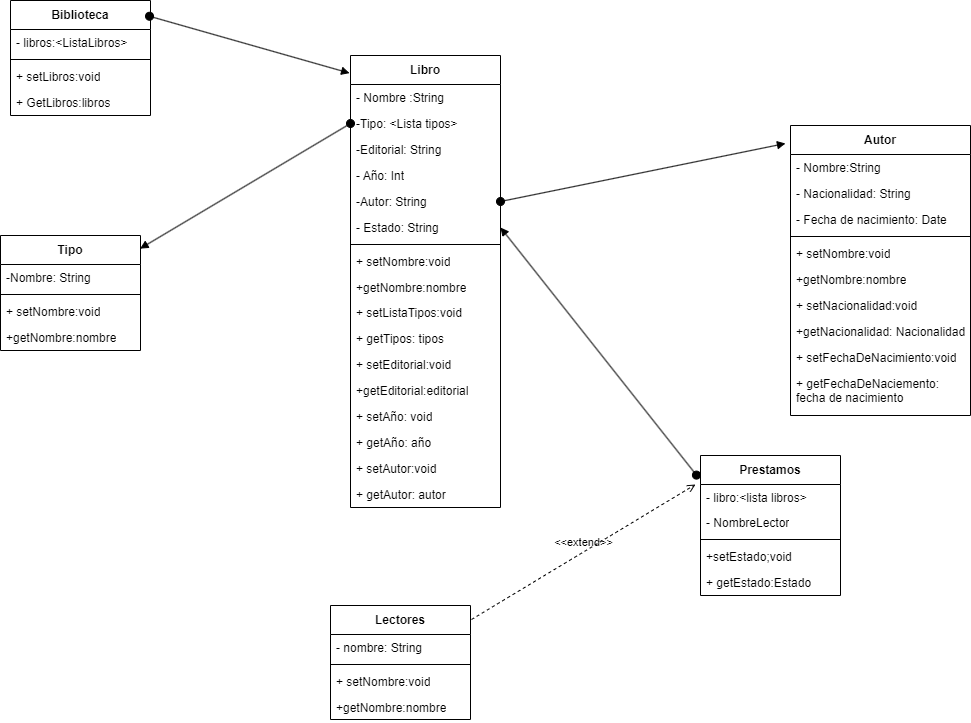
Earlier version of the draw.io export Diagrama de clases/biblioteca.drawio.png (adogonz23/ETS). Source tidied: cells renumbered, new cells last; positions are measured from the earlier drawing's top-left corner, leaving out a move shared by most shapes.
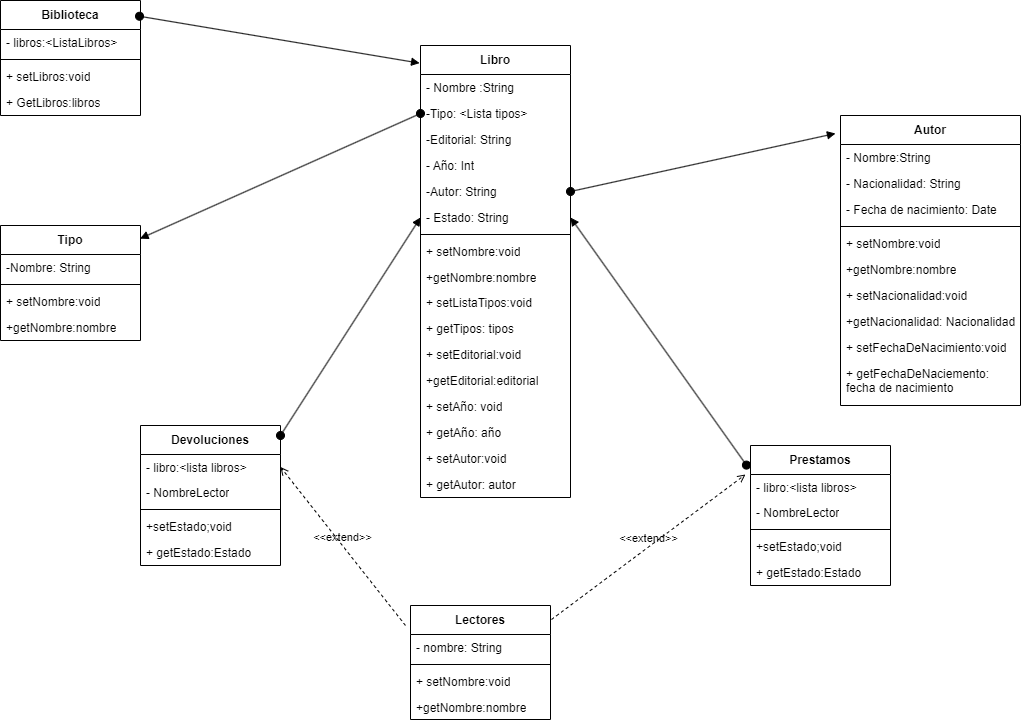
Above is the later version.

The edit, as a diff of the source:
```diff
@@ -3,7 +3,7 @@
     <mxCell id="0" />
     <mxCell id="1" parent="0" />
     <mxCell id="2" value="Libro" style="swimlane;fontStyle=1;align=center;verticalAlign=middle;horizontal=1;startSize=29;html=1;whiteSpace=wrap;" parent="1" vertex="1">
-      <mxGeometry x="350" y="55" width="150" height="452" as="geometry" />
+      <mxGeometry x="370" y="55" width="150" height="452" as="geometry" />
     </mxCell>
     <mxCell id="3" value="- Nombre :String" style="text;strokeColor=none;fillColor=none;align=left;verticalAlign=top;spacingLeft=4;spacingRight=4;overflow=hidden;whiteSpace=wrap;html=1;" parent="2" vertex="1">
       <mxGeometry y="29" width="150" height="26" as="geometry" />
@@ -57,7 +57,7 @@
       <mxGeometry y="426" width="150" height="26" as="geometry" />
     </mxCell>
     <mxCell id="20" value="Tipo" style="swimlane;fontStyle=1;align=center;verticalAlign=middle;horizontal=1;startSize=29;html=1;whiteSpace=wrap;" parent="1" vertex="1">
-      <mxGeometry y="235" width="140" height="115" as="geometry" />
+      <mxGeometry x="-50" y="235" width="140" height="115" as="geometry" />
     </mxCell>
     <mxCell id="21" value="-Nombre: String" style="text;strokeColor=none;fillColor=none;align=left;verticalAlign=top;spacingLeft=4;spacingRight=4;overflow=hidden;whiteSpace=wrap;html=1;" parent="20" vertex="1">
       <mxGeometry y="29" width="140" height="26" as="geometry" />
@@ -105,7 +105,7 @@
       <mxGeometry y="245" width="180" height="45" as="geometry" />
     </mxCell>
     <mxCell id="36" value="Lectores" style="swimlane;fontStyle=1;align=center;verticalAlign=middle;horizontal=1;startSize=29;html=1;whiteSpace=wrap;" parent="1" vertex="1">
-      <mxGeometry x="330" y="605" width="140" height="114" as="geometry" />
+      <mxGeometry x="360" y="615" width="140" height="114" as="geometry" />
     </mxCell>
     <mxCell id="37" value="- nombre: String" style="text;strokeColor=none;fillColor=none;align=left;verticalAlign=top;spacingLeft=4;spacingRight=4;overflow=hidden;whiteSpace=wrap;html=1;" parent="36" vertex="1">
       <mxGeometry y="29" width="140" height="26" as="geometry" />
@@ -120,7 +120,7 @@
       <mxGeometry y="89" width="140" height="25" as="geometry" />
     </mxCell>
     <mxCell id="41" value="Biblioteca" style="swimlane;fontStyle=1;align=center;verticalAlign=middle;horizontal=1;startSize=29;html=1;whiteSpace=wrap;" parent="1" vertex="1">
-      <mxGeometry x="10" width="140" height="115" as="geometry" />
+      <mxGeometry x="-50" y="10" width="140" height="115" as="geometry" />
     </mxCell>
     <mxCell id="42" value="- libros:&amp;lt;ListaLibros&amp;gt;" style="text;strokeColor=none;fillColor=none;align=left;verticalAlign=top;spacingLeft=4;spacingRight=4;overflow=hidden;whiteSpace=wrap;html=1;" parent="41" vertex="1">
       <mxGeometry y="29" width="140" height="26" as="geometry" />
@@ -167,5 +167,31 @@
     <mxCell id="56" value="&amp;lt;&amp;lt;extend&amp;gt;&amp;gt;" style="html=1;verticalAlign=bottom;labelBackgroundColor=none;endArrow=open;endFill=0;dashed=1;rounded=0;exitX=1.007;exitY=0.123;exitDx=0;exitDy=0;exitPerimeter=0;entryX=-0.036;entryY=0;entryDx=0;entryDy=0;entryPerimeter=0;" parent="1" edge="1" source="36" target="47">
       <mxGeometry relative="1" as="geometry" />
     </mxCell>
+    <mxCell id="57" value="Devoluciones" style="swimlane;fontStyle=1;align=center;verticalAlign=middle;horizontal=1;startSize=29;html=1;whiteSpace=wrap;" parent="1" vertex="1">
+      <mxGeometry x="90" y="435" width="140" height="140" as="geometry" />
+    </mxCell>
+    <mxCell id="58" value="- libro:&amp;lt;lista libros&amp;gt;" style="text;strokeColor=none;fillColor=none;align=left;verticalAlign=top;spacingLeft=4;spacingRight=4;overflow=hidden;points=[[0,0.5],[1,0.5]];portConstraint=eastwest;whiteSpace=wrap;html=1;" parent="57" vertex="1">
+      <mxGeometry y="29" width="140" height="25" as="geometry" />
+    </mxCell>
+    <mxCell id="59" value="- NombreLector" style="text;strokeColor=none;fillColor=none;align=left;verticalAlign=top;spacingLeft=4;spacingRight=4;overflow=hidden;whiteSpace=wrap;html=1;" parent="57" vertex="1">
+      <mxGeometry y="54" width="140" height="26" as="geometry" />
+    </mxCell>
+    <mxCell id="60" style="line;strokeWidth=1;fillColor=none;align=left;verticalAlign=middle;spacingTop=-1;spacingLeft=3;spacingRight=3;labelPosition=right;strokeColor=inherit;" parent="57" vertex="1">
+      <mxGeometry y="80" width="140" height="8" as="geometry" />
+    </mxCell>
+    <mxCell id="61" value="+setEstado;void" style="text;strokeColor=none;fillColor=none;align=left;verticalAlign=top;spacingLeft=4;spacingRight=4;overflow=hidden;whiteSpace=wrap;html=1;" parent="57" vertex="1">
+      <mxGeometry y="88" width="140" height="26" as="geometry" />
+    </mxCell>
+    <mxCell id="62" value="+ getEstado:Estado" style="text;strokeColor=none;fillColor=none;align=left;verticalAlign=top;spacingLeft=4;spacingRight=4;overflow=hidden;whiteSpace=wrap;html=1;" parent="57" vertex="1">
+      <mxGeometry y="114" width="140" height="26" as="geometry" />
+    </mxCell>
+    <mxCell id="63" style="html=1;verticalAlign=bottom;startArrow=oval;startFill=1;endArrow=block;startSize=8;curved=0;rounded=0;entryX=0;entryY=0.5;entryDx=0;entryDy=0;" parent="1" edge="1" target="8">
+      <mxGeometry relative="1" as="geometry">
+        <mxPoint x="230" y="445" as="sourcePoint" />
+      </mxGeometry>
+    </mxCell>
+    <mxCell id="64" value="&amp;lt;&amp;lt;extend&amp;gt;&amp;gt;" style="html=1;verticalAlign=bottom;labelBackgroundColor=none;endArrow=open;endFill=0;dashed=1;rounded=0;exitX=-0.036;exitY=0.175;exitDx=0;exitDy=0;exitPerimeter=0;entryX=1;entryY=0.5;entryDx=0;entryDy=0;" parent="1" edge="1" source="36" target="58">
+      <mxGeometry relative="1" as="geometry" />
+    </mxCell>
   </root>
 </mxGraphModel>
```
